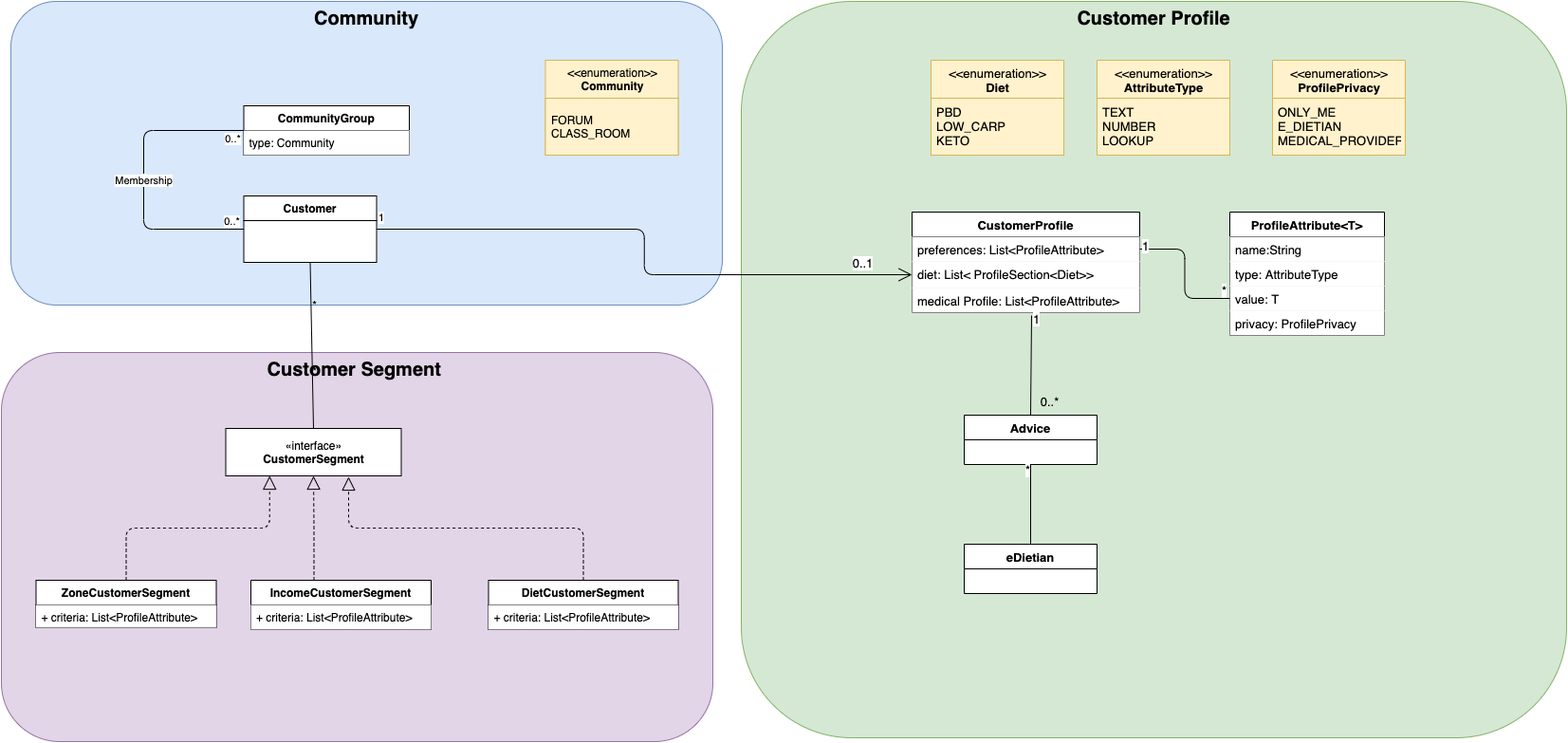
The draw.io diagram diagrams/data_model.png in AmalKhalil/berlin-bears, before a commit. Source tidied: cells renumbered, new cells last; positions are measured from the earlier drawing's top-left corner, leaving out a move shared by most shapes.
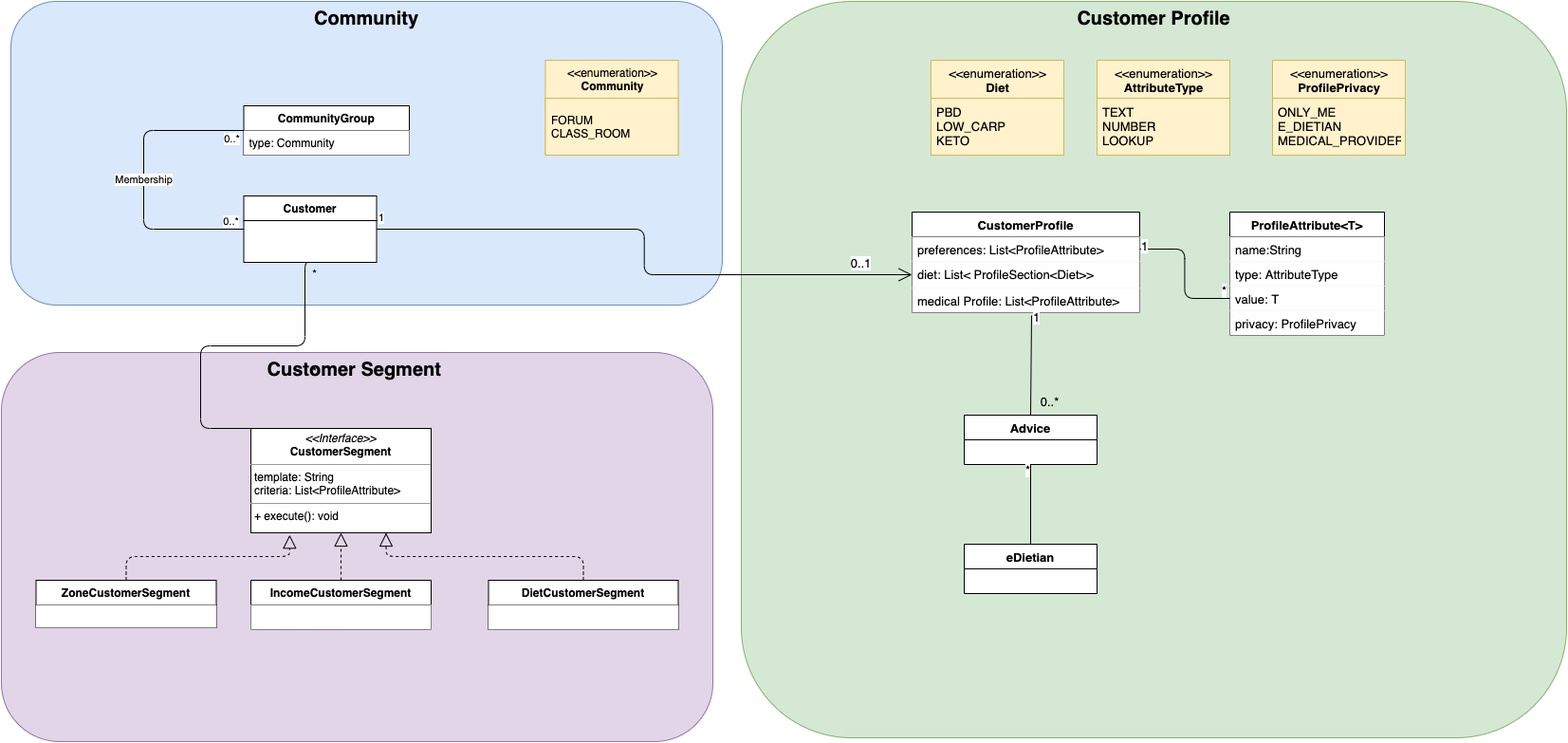
The same file after the commit.

Change to the diagram source:
```diff
@@ -117,43 +117,43 @@
     <mxCell id="34" value="ZoneCustomerSegment" style="swimlane;fontStyle=1;horizontal=1;startSize=26;" parent="1" vertex="1">
       <mxGeometry x="36.5" y="610" width="190" height="50" as="geometry" />
     </mxCell>
-    <mxCell id="35" value="+ criteria: List&lt;ProfileAttribute&gt;" style="text;align=left;verticalAlign=top;spacingLeft=4;spacingRight=4;overflow=hidden;fillColor=default;" parent="34" vertex="1">
+    <mxCell id="35" style="text;align=left;verticalAlign=top;spacingLeft=4;spacingRight=4;overflow=hidden;fillColor=default;" parent="34" vertex="1">
       <mxGeometry y="26" width="190" height="24" as="geometry" />
     </mxCell>
     <mxCell id="36" value="DietCustomerSegment" style="swimlane;fontStyle=1;horizontal=1;startSize=26;" parent="1" vertex="1">
       <mxGeometry x="513.5" y="610" width="200" height="52" as="geometry" />
     </mxCell>
-    <mxCell id="37" value="+ criteria: List&lt;ProfileAttribute&gt;" style="text;align=left;verticalAlign=top;spacingLeft=4;spacingRight=4;overflow=hidden;fillColor=default;" parent="36" vertex="1">
+    <mxCell id="37" style="text;align=left;verticalAlign=top;spacingLeft=4;spacingRight=4;overflow=hidden;fillColor=default;" parent="36" vertex="1">
       <mxGeometry y="26" width="200" height="26" as="geometry" />
     </mxCell>
-    <mxCell id="38" value="«interface»&lt;br&gt;&lt;b&gt;CustomerSegment&lt;/b&gt;" style="html=1;labelBackgroundColor=none;align=center;" parent="1" vertex="1">
-      <mxGeometry x="236.5" y="450" width="185" height="50" as="geometry" />
-    </mxCell>
-    <mxCell id="39" style="endArrow=block;dashed=1;endFill=0;endSize=12;html=1;entryX=0.7;entryY=1.02;entryDx=0;entryDy=0;entryPerimeter=0;exitX=0.5;exitY=0;exitDx=0;exitDy=0;edgeStyle=orthogonalEdgeStyle;" parent="1" edge="1" source="36" target="38">
+    <mxCell id="39" style="endArrow=block;dashed=1;endFill=0;endSize=12;html=1;exitX=0.5;exitY=0;exitDx=0;exitDy=0;edgeStyle=orthogonalEdgeStyle;entryX=0.75;entryY=1;entryDx=0;entryDy=0;" parent="1" edge="1" source="36" target="54">
       <mxGeometry relative="1" as="geometry" />
     </mxCell>
-    <mxCell id="40" style="endArrow=block;dashed=1;endFill=0;endSize=12;html=1;entryX=0.5;entryY=1;entryDx=0;entryDy=0;edgeStyle=orthogonalEdgeStyle;" parent="1" edge="1" target="38">
-      <mxGeometry relative="1" as="geometry">
-        <mxPoint x="329.5" y="610" as="sourcePoint" />
-      </mxGeometry>
-    </mxCell>
-    <mxCell id="41" style="endArrow=block;dashed=1;endFill=0;endSize=12;html=1;exitX=0.5;exitY=0;exitDx=0;exitDy=0;entryX=0.25;entryY=1;entryDx=0;entryDy=0;edgeStyle=orthogonalEdgeStyle;" parent="1" edge="1" source="34" target="38">
+    <mxCell id="41" style="endArrow=block;dashed=1;endFill=0;endSize=12;html=1;exitX=0.5;exitY=0;exitDx=0;exitDy=0;edgeStyle=orthogonalEdgeStyle;entryX=0.215;entryY=1.02;entryDx=0;entryDy=0;entryPerimeter=0;" parent="1" edge="1" source="34" target="54">
       <mxGeometry relative="1" as="geometry" />
     </mxCell>
     <mxCell id="42" value="IncomeCustomerSegment" style="swimlane;fontStyle=1;horizontal=1;startSize=26;" parent="1" vertex="1">
       <mxGeometry x="263" y="610" width="190" height="52" as="geometry" />
     </mxCell>
-    <mxCell id="43" value="+ criteria: List&lt;ProfileAttribute&gt;" style="text;align=left;verticalAlign=top;spacingLeft=4;spacingRight=4;overflow=hidden;fillColor=default;" parent="42" vertex="1">
+    <mxCell id="43" style="text;align=left;verticalAlign=top;spacingLeft=4;spacingRight=4;overflow=hidden;fillColor=default;" parent="42" vertex="1">
       <mxGeometry y="26" width="190" height="26" as="geometry" />
     </mxCell>
-    <mxCell id="44" style="endArrow=none;endFill=0;endSize=12;html=1;exitX=0.5;exitY=0;exitDx=0;exitDy=0;entryX=0.5;entryY=1;entryDx=0;entryDy=0;" parent="1" edge="1" source="38" target="53">
-      <mxGeometry relative="1" as="geometry" />
+    <mxCell id="44" style="endArrow=none;endFill=0;endSize=12;html=1;exitX=0.5;exitY=0;exitDx=0;exitDy=0;entryX=0.5;entryY=1;entryDx=0;entryDy=0;edgeStyle=orthogonalEdgeStyle;" parent="1" edge="1" target="53">
+      <mxGeometry relative="1" as="geometry">
+        <mxPoint x="329" y="450" as="sourcePoint" />
+        <Array as="points">
+          <mxPoint x="210" y="450" />
+          <mxPoint x="210" y="363" />
+          <mxPoint x="320" y="363" />
+          <mxPoint x="320" y="275" />
+        </Array>
+      </mxGeometry>
     </mxCell>
     <mxCell id="45" value="*" style="text;html=1;align=center;verticalAlign=middle;strokeColor=none;fillColor=none;" parent="1" vertex="1">
       <mxGeometry x="320" y="380" width="20" height="20" as="geometry" />
     </mxCell>
     <mxCell id="46" value="*" style="text;html=1;align=center;verticalAlign=middle;strokeColor=none;fillColor=none;" parent="1" vertex="1">
-      <mxGeometry x="320" y="310" width="20" height="20" as="geometry" />
+      <mxGeometry x="320" y="277" width="20" height="20" as="geometry" />
     </mxCell>
     <mxCell id="47" value="&amp;lt;&amp;lt;enumeration&amp;gt;&amp;gt;&lt;br style=&quot;font-size: 13px;&quot;&gt;&lt;b style=&quot;font-size: 13px;&quot;&gt;AttributeType&lt;/b&gt;" style="swimlane;fontStyle=0;align=center;verticalAlign=top;horizontal=1;startSize=40;html=1;labelBackgroundColor=none;fillColor=#fff2cc;strokeColor=#d6b656;fontSize=13;" parent="1" vertex="1">
       <mxGeometry x="1155" y="62" width="140" height="100" as="geometry" />
@@ -176,5 +176,11 @@
     <mxCell id="53" value="Customer" style="swimlane;fontStyle=1;horizontal=1;startSize=26;swimlaneFillColor=default;" parent="1" vertex="1">
       <mxGeometry x="255.5" y="205" width="140" height="70" as="geometry" />
     </mxCell>
+    <mxCell id="54" value="&lt;p style=&quot;margin: 0px ; margin-top: 4px ; text-align: center&quot;&gt;&lt;i&gt;&amp;lt;&amp;lt;Interface&amp;gt;&amp;gt;&lt;/i&gt;&lt;br&gt;&lt;b&gt;CustomerSegment&lt;/b&gt;&lt;br&gt;&lt;/p&gt;&lt;hr size=&quot;1&quot;&gt;&lt;p style=&quot;margin: 0px ; margin-left: 4px&quot;&gt;template: String&lt;br&gt;criteria:&amp;nbsp;List&amp;lt;ProfileAttribute&amp;gt;&lt;br&gt;&lt;/p&gt;&lt;hr size=&quot;1&quot;&gt;&lt;p style=&quot;margin: 0px ; margin-left: 4px&quot;&gt;+ execute(): void&lt;br&gt;&lt;/p&gt;" style="verticalAlign=top;align=left;overflow=fill;fontSize=12;fontFamily=Helvetica;html=1;labelBackgroundColor=none;fillColor=default;gradientColor=none;" parent="1" vertex="1">
+      <mxGeometry x="263" y="450" width="190" height="110" as="geometry" />
+    </mxCell>
+    <mxCell id="55" style="endArrow=block;dashed=1;endFill=0;endSize=12;html=1;exitX=0.5;exitY=0;exitDx=0;exitDy=0;entryX=0.5;entryY=1;entryDx=0;entryDy=0;" parent="1" edge="1" source="42" target="54">
+      <mxGeometry relative="1" as="geometry" />
+    </mxCell>
   </root>
 </mxGraphModel>
```
